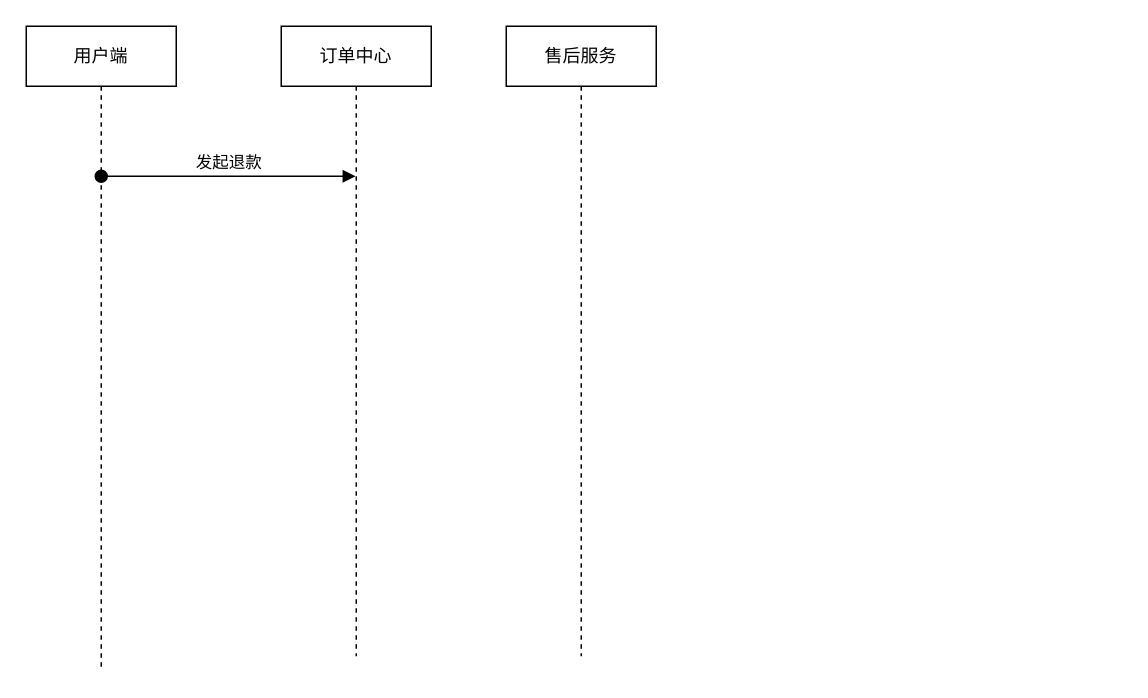
Above: page "退款流程" (2 of 2) of 售后服务方案.drawio in onlymuxia/Markdown (draw.io), before the change. Source tidied: cells renumbered, new cells numbered last; positions are measured from the earlier drawing's top-left corner, leaving out a move shared by most shapes. Both pictures are drawn from the tidied source at 150%, with x=0, y=0 at pixel (26, 26).
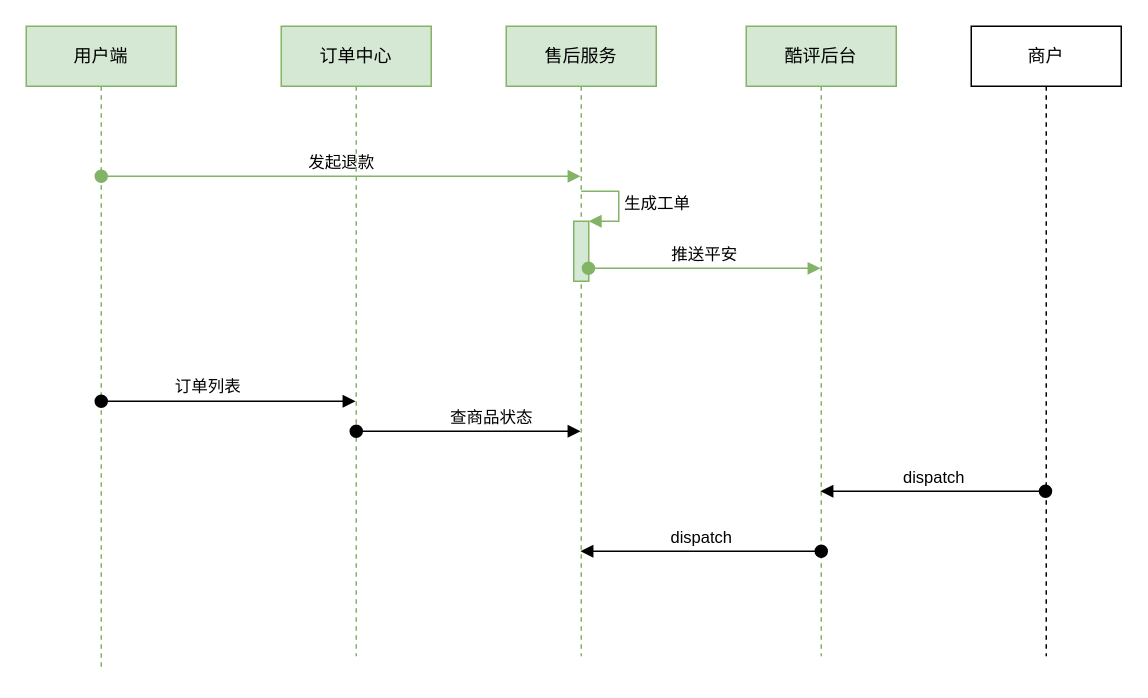
Above is the later version.

Change to the diagram source:
```diff
@@
 <mxGraphModel>
   <root>
     <mxCell id="0" />
     <mxCell id="1" parent="0" />
-    <mxCell id="2" value="用户端" style="shape=umlLifeline;perimeter=lifelinePerimeter;whiteSpace=wrap;html=1;" parent="1" vertex="1">
+    <mxCell id="2" value="用户端" style="shape=umlLifeline;perimeter=lifelinePerimeter;whiteSpace=wrap;html=1;fillColor=#d5e8d4;strokeColor=#82b366;" parent="1" vertex="1">
       <mxGeometry width="100" height="430" as="geometry" />
     </mxCell>
-    <mxCell id="3" value="发起退款" style="html=1;verticalAlign=bottom;startArrow=oval;startFill=1;endArrow=block;startSize=8;" parent="2" edge="1" target="4">
+    <mxCell id="3" value="发起退款" style="html=1;verticalAlign=bottom;startArrow=oval;startFill=1;endArrow=block;startSize=8;fillColor=#d5e8d4;strokeColor=#82b366;" parent="2" edge="1" target="5">
       <mxGeometry relative="1" as="geometry">
         <mxPoint x="50" y="100" as="sourcePoint" />
       </mxGeometry>
     </mxCell>
+    <mxCell id="6" value="订单列表" style="html=1;verticalAlign=bottom;startArrow=oval;startFill=1;endArrow=block;startSize=8;" parent="2" edge="1" target="4">
+      <mxGeometry x="-0.16" y="1" relative="1" as="geometry">
+        <mxPoint x="50" y="250" as="sourcePoint" />
+      </mxGeometry>
+    </mxCell>
-    <mxCell id="4" value="订单中心" style="shape=umlLifeline;perimeter=lifelinePerimeter;whiteSpace=wrap;html=1;outlineConnect=0;" parent="1" vertex="1">
+    <mxCell id="4" value="订单中心" style="shape=umlLifeline;perimeter=lifelinePerimeter;whiteSpace=wrap;html=1;outlineConnect=0;fillColor=#d5e8d4;strokeColor=#82b366;" parent="1" vertex="1">
       <mxGeometry x="170" width="100" height="420" as="geometry" />
     </mxCell>
+    <mxCell id="7" value="查商品状态" style="html=1;verticalAlign=bottom;startArrow=oval;startFill=1;endArrow=block;startSize=8;" parent="4" edge="1" target="5">
+      <mxGeometry x="0.2" relative="1" as="geometry">
+        <mxPoint x="50" y="270" as="sourcePoint" />
+      </mxGeometry>
+    </mxCell>
-    <mxCell id="5" value="售后服务" style="shape=umlLifeline;perimeter=lifelinePerimeter;whiteSpace=wrap;html=1;outlineConnect=0;" parent="1" vertex="1">
+    <mxCell id="5" value="售后服务" style="shape=umlLifeline;perimeter=lifelinePerimeter;whiteSpace=wrap;html=1;outlineConnect=0;fillColor=#d5e8d4;strokeColor=#82b366;" parent="1" vertex="1">
       <mxGeometry x="320" width="100" height="420" as="geometry" />
     </mxCell>
+    <mxCell id="8" style="html=1;points=[];perimeter=orthogonalPerimeter;fillColor=#d5e8d4;strokeColor=#82b366;" parent="5" vertex="1">
+      <mxGeometry x="45" y="130" width="10" height="40" as="geometry" />
+    </mxCell>
+    <mxCell id="9" value="生成工单" style="edgeStyle=orthogonalEdgeStyle;html=1;align=left;spacingLeft=2;endArrow=block;rounded=0;entryX=1;entryY=0;fillColor=#d5e8d4;strokeColor=#82b366;" parent="5" edge="1" target="8">
+      <mxGeometry relative="1" as="geometry">
+        <mxPoint x="50" y="110" as="sourcePoint" />
+        <Array as="points">
+          <mxPoint x="75" y="110" />
+        </Array>
+      </mxGeometry>
+    </mxCell>
+    <mxCell id="10" value="酷评后台" style="shape=umlLifeline;perimeter=lifelinePerimeter;whiteSpace=wrap;html=1;outlineConnect=0;fillColor=#d5e8d4;strokeColor=#82b366;" parent="1" vertex="1">
+      <mxGeometry x="480" width="100" height="420" as="geometry" />
+    </mxCell>
+    <mxCell id="11" value="dispatch" style="html=1;verticalAlign=bottom;startArrow=oval;startFill=1;endArrow=block;startSize=8;" parent="10" edge="1" target="5">
+      <mxGeometry relative="1" as="geometry">
+        <mxPoint x="50" y="350" as="sourcePoint" />
+      </mxGeometry>
+    </mxCell>
+    <mxCell id="12" value="推送平安" style="html=1;verticalAlign=bottom;startArrow=oval;startFill=1;endArrow=block;startSize=8;exitX=0.98;exitY=0.785;exitDx=0;exitDy=0;exitPerimeter=0;fillColor=#d5e8d4;strokeColor=#82b366;" parent="1" edge="1" source="8" target="10">
+      <mxGeometry relative="1" as="geometry" />
+    </mxCell>
+    <mxCell id="13" value="商户" style="shape=umlLifeline;perimeter=lifelinePerimeter;whiteSpace=wrap;html=1;outlineConnect=0;" parent="1" vertex="1">
+      <mxGeometry x="630" width="100" height="420" as="geometry" />
+    </mxCell>
+    <mxCell id="14" value="dispatch" style="html=1;verticalAlign=bottom;startArrow=oval;startFill=1;endArrow=block;startSize=8;exitX=0.495;exitY=0.738;exitDx=0;exitDy=0;exitPerimeter=0;" parent="1" edge="1" source="13" target="10">
+      <mxGeometry relative="1" as="geometry" />
+    </mxCell>
   </root>
 </mxGraphModel>
```
